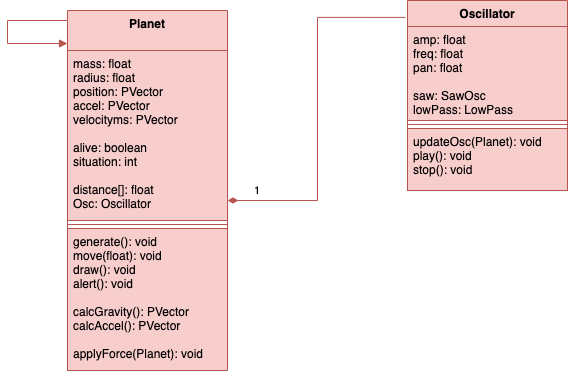
Earlier version of the draw.io export Klassendiagramm.drawio.png (Kepasu/Informatik-Projekt-S1). Source tidied: cells renumbered, new cells last; positions are measured from the earlier drawing's top-left corner, leaving out a move shared by most shapes.
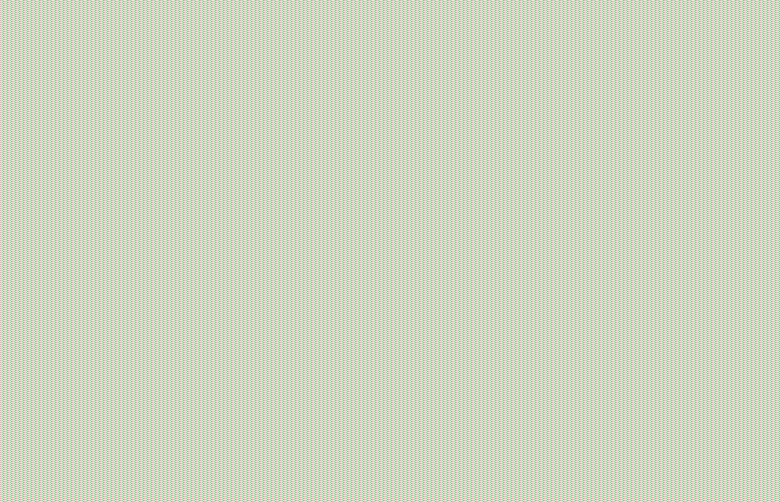
Later version of the same file.

Change to the diagram source:
```diff
@@ -5,7 +5,7 @@
     <mxCell id="2" value="Planet" style="swimlane;fontStyle=1;align=center;verticalAlign=top;horizontal=1;startSize=40;fillColor=#f8cecc;strokeColor=#b85450;" parent="1" vertex="1">
       <mxGeometry x="60" y="10" width="160" height="360" as="geometry" />
     </mxCell>
-    <mxCell id="3" style="endArrow=block;endFill=1;html=1;edgeStyle=orthogonalEdgeStyle;align=left;verticalAlign=top;rounded=0;fillColor=#f8cecc;strokeColor=#b85450;" parent="2" edge="1">
+    <mxCell id="3" style="endArrow=blockThin;endFill=1;html=1;edgeStyle=orthogonalEdgeStyle;align=left;verticalAlign=top;rounded=0;fillColor=#f8cecc;strokeColor=#b85450;" parent="2" edge="1">
       <mxGeometry x="-0.17" y="-40" relative="1" as="geometry">
         <mxPoint y="10" as="sourcePoint" />
         <mxPoint y="33" as="targetPoint" />
@@ -44,5 +44,60 @@
         </Array>
       </mxGeometry>
     </mxCell>
+    <mxCell id="12" value="SawOsc" style="swimlane;fontStyle=1;align=center;verticalAlign=top;horizontal=1;startSize=26;fillColor=#dae8fc;strokeColor=#6c8ebf;" parent="1" vertex="1">
+      <mxGeometry x="460" y="270" width="160" height="150" as="geometry" />
+    </mxCell>
+    <mxCell id="13" style="text;strokeColor=#6c8ebf;fillColor=#dae8fc;align=left;verticalAlign=top;spacingLeft=4;spacingRight=4;overflow=hidden;" parent="12" vertex="1">
+      <mxGeometry y="26" width="160" height="26" as="geometry" />
+    </mxCell>
+    <mxCell id="14" style="line;strokeWidth=1;fillColor=#dae8fc;align=left;verticalAlign=middle;spacingTop=-1;spacingLeft=3;spacingRight=3;labelPosition=right;strokeColor=#6c8ebf;" parent="12" vertex="1">
+      <mxGeometry y="52" width="160" height="8" as="geometry" />
+    </mxCell>
+    <mxCell id="15" value="play(): void&#10;stop(): void&#10;freq(float): void&#10;pan(float): void&#10;amp(float): void&#10;&#10;" style="text;strokeColor=#6c8ebf;fillColor=#dae8fc;align=left;verticalAlign=top;spacingLeft=4;spacingRight=4;overflow=hidden;" parent="12" vertex="1">
+      <mxGeometry y="60" width="160" height="90" as="geometry" />
+    </mxCell>
+    <mxCell id="16" value="LowPass" style="swimlane;fontStyle=1;align=center;verticalAlign=top;horizontal=1;startSize=26;fillColor=#dae8fc;strokeColor=#6c8ebf;" parent="1" vertex="1">
+      <mxGeometry x="270" y="270" width="160" height="86" as="geometry" />
+    </mxCell>
+    <mxCell id="17" style="text;strokeColor=#6c8ebf;fillColor=#dae8fc;align=left;verticalAlign=top;spacingLeft=4;spacingRight=4;overflow=hidden;" parent="16" vertex="1">
+      <mxGeometry y="26" width="160" height="26" as="geometry" />
+    </mxCell>
+    <mxCell id="18" style="line;strokeWidth=1;fillColor=#dae8fc;align=left;verticalAlign=middle;spacingTop=-1;spacingLeft=3;spacingRight=3;labelPosition=right;strokeColor=#6c8ebf;" parent="16" vertex="1">
+      <mxGeometry y="52" width="160" height="8" as="geometry" />
+    </mxCell>
+    <mxCell id="19" value="freq(float): void" style="text;strokeColor=#6c8ebf;fillColor=#dae8fc;align=left;verticalAlign=top;spacingLeft=4;spacingRight=4;overflow=hidden;" parent="16" vertex="1">
+      <mxGeometry y="60" width="160" height="26" as="geometry" />
+    </mxCell>
+    <mxCell id="20" value="1" style="endArrow=blockThin;html=1;startArrow=diamondThin;startFill=1;edgeStyle=orthogonalEdgeStyle;align=left;verticalAlign=bottom;rounded=0;entryX=-0.012;entryY=0.089;entryDx=0;entryDy=0;entryPerimeter=0;strokeWidth=1;endFill=1;fillColor=#f8cecc;strokeColor=#b85450;" parent="1" edge="1" source="4" target="7">
+      <mxGeometry x="-0.86" relative="1" as="geometry">
+        <Array as="points">
+          <mxPoint x="310" y="200" />
+          <mxPoint x="310" y="17" />
+        </Array>
+      </mxGeometry>
+    </mxCell>
+    <mxCell id="21" style="endArrow=blockThin;endFill=1;html=1;rounded=0;edgeStyle=orthogonalEdgeStyle;startArrow=diamondThin;startFill=1;entryX=1.016;entryY=0.14;entryDx=0;entryDy=0;entryPerimeter=0;fillColor=#dae8fc;strokeColor=#6c8ebf;" parent="1" edge="1" target="12">
+      <mxGeometry relative="1" as="geometry">
+        <mxPoint x="560" y="95" as="sourcePoint" />
+        <Array as="points">
+          <mxPoint x="640" y="95" />
+          <mxPoint x="640" y="282" />
+        </Array>
+      </mxGeometry>
+    </mxCell>
+    <mxCell id="22" style="endArrow=blockThin;endFill=1;html=1;rounded=0;edgeStyle=orthogonalEdgeStyle;startArrow=diamondThin;startFill=1;fillColor=#dae8fc;strokeColor=#6c8ebf;" parent="1" edge="1">
+      <mxGeometry relative="1" as="geometry">
+        <mxPoint x="560" y="110" as="sourcePoint" />
+        <mxPoint x="430" y="280" as="targetPoint" />
+        <Array as="points">
+          <mxPoint x="610" y="110" />
+          <mxPoint x="610" y="230" />
+          <mxPoint x="440" y="280" />
+        </Array>
+      </mxGeometry>
+    </mxCell>
+    <mxCell id="23" value="&lt;div&gt;&lt;font face=&quot;Helvetica&quot;&gt;&lt;b&gt;Rot: eigene Klassen&lt;/b&gt;&lt;/font&gt;&lt;/div&gt;&lt;div&gt;&lt;font face=&quot;Helvetica&quot;&gt;&lt;b&gt;Blau: Klassen der processing.sound library&lt;br&gt;&lt;/b&gt;&lt;/font&gt;&lt;/div&gt;" style="text;html=1;strokeColor=none;fillColor=none;spacing=5;spacingTop=-20;whiteSpace=wrap;overflow=hidden;rounded=0;" parent="1" vertex="1">
+      <mxGeometry x="-130" y="380" width="190" height="120" as="geometry" />
+    </mxCell>
   </root>
 </mxGraphModel>
```
